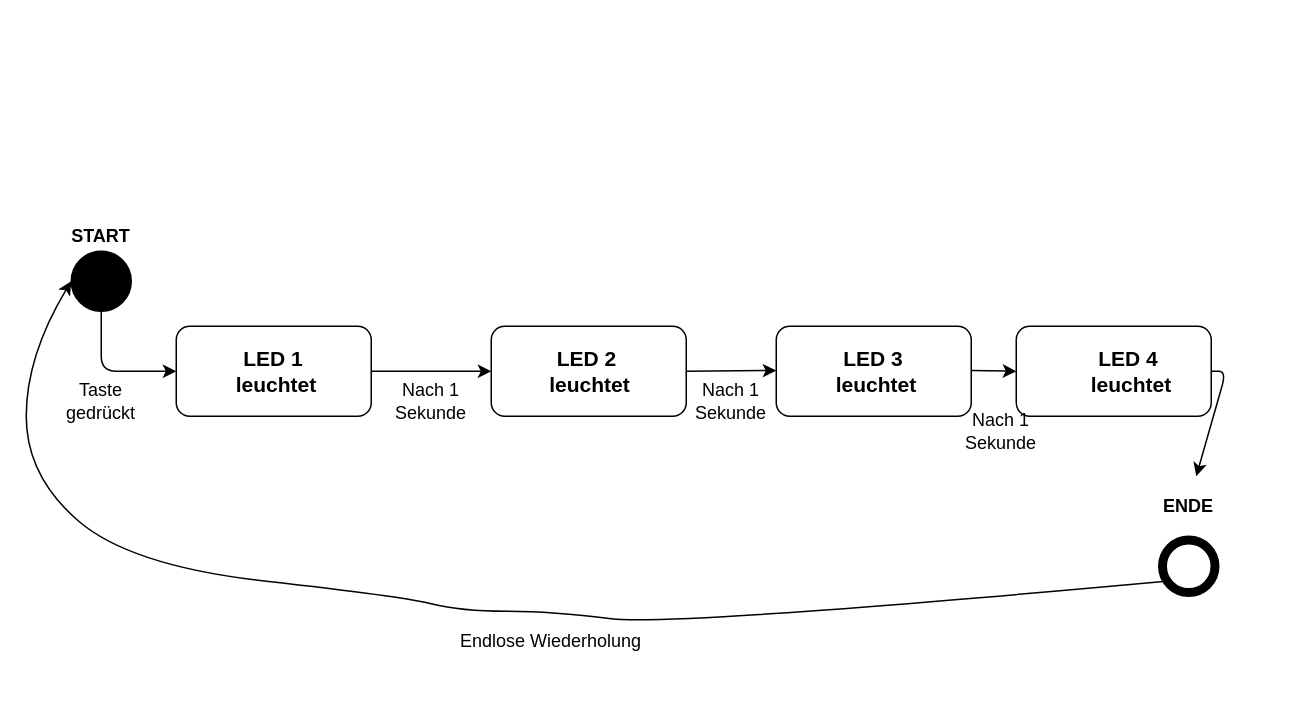
Before: Sivapatham_LED-Lichterkette_Zustandsübergangsdiagramm.drawio in SchuleBremen/SchuleBremen, a draw.io diagram. Source tidied: cells renumbered, new cells numbered last; positions are measured from the earlier drawing's top-left corner, leaving out a move shared by most shapes. Both pictures are drawn from the tidied source at 150%, with x=0, y=0 at pixel (26, 220).
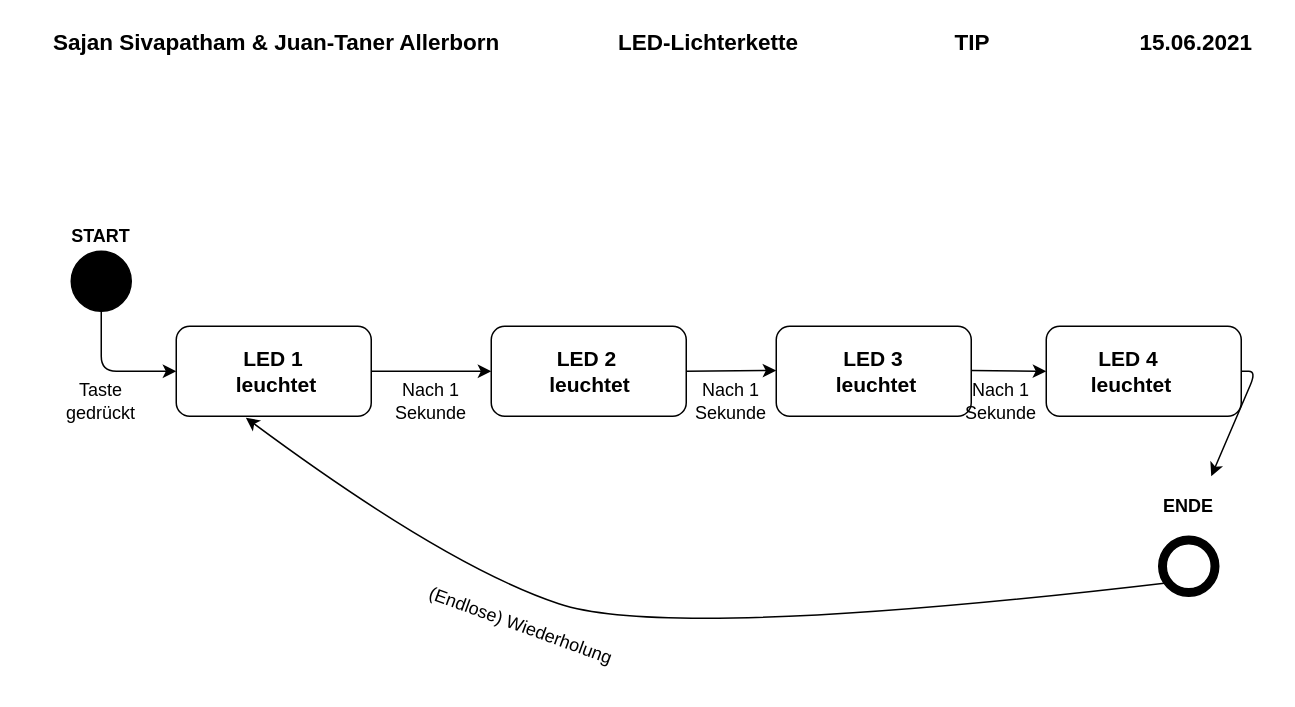
After the change.

The change refers to these unchanged cells:
```xml
<mxCell id="3" style="rounded=1;whiteSpace=wrap;html=1;fillColor=#FFFFFF;" parent="1" vertex="1">
  <mxGeometry x="100" y="70" width="130" height="60" as="geometry" />
</mxCell>
<mxCell id="8" style="ellipse;whiteSpace=wrap;html=1;fillColor=#FFFFFF;" parent="1" vertex="1">
  <mxGeometry x="760" y="215" width="30" height="30" as="geometry" />
</mxCell>
<mxCell id="11" style="ellipse;whiteSpace=wrap;html=1;fillColor=#000000;" parent="1" vertex="1">
  <mxGeometry x="30" y="20" width="40" height="40" as="geometry" />
</mxCell>
```

The edit, as a diff of the source:
```diff
@@
     <mxCell id="17" style="rounded=1;whiteSpace=wrap;html=1;fillColor=#FFFFFF;" parent="1" vertex="1">
-      <mxGeometry x="660" y="70" width="130" height="60" as="geometry" />
+      <mxGeometry x="680" y="70" width="130" height="60" as="geometry" />
     </mxCell>
@@
-    <mxCell id="19" style="endArrow=classic;html=1;" parent="1" edge="1">
+    <mxCell id="19" style="endArrow=classic;html=1;entryX=0;entryY=0.5;entryDx=0;entryDy=0;" parent="1" edge="1" target="17">
       <mxGeometry relative="1" as="geometry">
         <mxPoint x="630" y="99.5" as="sourcePoint" />
-        <mxPoint x="660" y="100" as="targetPoint" />
       </mxGeometry>
     </mxCell>
     <mxCell id="20" style="endArrow=classic;html=1;" parent="1" edge="1">
       <mxGeometry relative="1" as="geometry">
-        <mxPoint x="790" y="100" as="sourcePoint" />
-        <mxPoint x="780" y="170" as="targetPoint" />
+        <mxPoint x="810" y="100" as="sourcePoint" />
+        <mxPoint x="790" y="170" as="targetPoint" />
         <Array as="points">
-          <mxPoint x="800" y="100" />
+          <mxPoint x="820" y="100" />
         </Array>
       </mxGeometry>
     </mxCell>
@@
     <mxCell id="23" value="Nach 1 Sekunde" style="text;html=1;strokeColor=none;fillColor=none;align=center;verticalAlign=middle;whiteSpace=wrap;rounded=0;" parent="1" vertex="1">
-      <mxGeometry x="630" y="130" width="40" height="20" as="geometry" />
+      <mxGeometry x="630" y="110" width="40" height="20" as="geometry" />
     </mxCell>
-    <mxCell id="24" style="curved=1;endArrow=classic;html=1;entryX=0;entryY=0.5;entryDx=0;entryDy=0;" parent="1" edge="1" target="11">
-      <mxGeometry relative="1" as="geometry">
-        <mxPoint x="760" y="240" as="sourcePoint" />
-        <Array as="points">
-          <mxPoint x="430" y="270" />
-          <mxPoint x="350" y="260" />
-          <mxPoint x="290" y="260" />
-          <mxPoint x="250" y="250" />
-          <mxPoint x="70" y="230" />
-          <mxPoint y="170" />
-          <mxPoint y="90" />
-        </Array>
-      </mxGeometry>
-    </mxCell>
-    <mxCell id="25" value="Endlose Wiederholung" style="text;html=1;strokeColor=none;fillColor=none;align=center;verticalAlign=middle;whiteSpace=wrap;rounded=0;" parent="1" vertex="1">
-      <mxGeometry x="270" y="270" width="160" height="20" as="geometry" />
+    <mxCell id="25" value="(Endlose) Wiederholung" style="text;html=1;strokeColor=none;fillColor=none;align=center;verticalAlign=middle;whiteSpace=wrap;rounded=0;rotation=20;" parent="1" vertex="1">
+      <mxGeometry x="250" y="260" width="160" height="20" as="geometry" />
     </mxCell>
+    <mxCell id="26" style="curved=1;endArrow=classic;html=1;entryX=0.357;entryY=1.017;entryDx=0;entryDy=0;entryPerimeter=0;exitX=0;exitY=1;exitDx=0;exitDy=0;" parent="1" edge="1" source="8" target="3">
+      <mxGeometry relative="1" as="geometry">
+        <Array as="points">
+          <mxPoint x="430" y="280" />
+          <mxPoint x="280" y="230" />
+        </Array>
+      </mxGeometry>
+    </mxCell>
+    <mxCell id="27" value="&lt;b&gt;&lt;font style=&quot;font-size: 15px&quot;&gt;Sajan Sivapatham &amp;amp; Juan-Taner Allerborn&amp;nbsp; &amp;nbsp; &amp;nbsp; &amp;nbsp; &amp;nbsp; &amp;nbsp; &amp;nbsp; &amp;nbsp; &amp;nbsp; &amp;nbsp;LED-Lichterkette&amp;nbsp; &amp;nbsp; &amp;nbsp; &amp;nbsp; &amp;nbsp; &amp;nbsp; &amp;nbsp; &amp;nbsp; &amp;nbsp; &amp;nbsp; &amp;nbsp; &amp;nbsp; &amp;nbsp;TIP&amp;nbsp; &amp;nbsp; &amp;nbsp; &amp;nbsp; &amp;nbsp; &amp;nbsp; &amp;nbsp; &amp;nbsp; &amp;nbsp; &amp;nbsp; &amp;nbsp; &amp;nbsp; 15.06.2021&lt;/font&gt;&lt;/b&gt;" style="text;html=1;strokeColor=none;fillColor=none;align=center;verticalAlign=middle;whiteSpace=wrap;rounded=0;" parent="1" vertex="1">
+      <mxGeometry x="10" y="-130" width="816" height="20" as="geometry" />
+    </mxCell>
```
